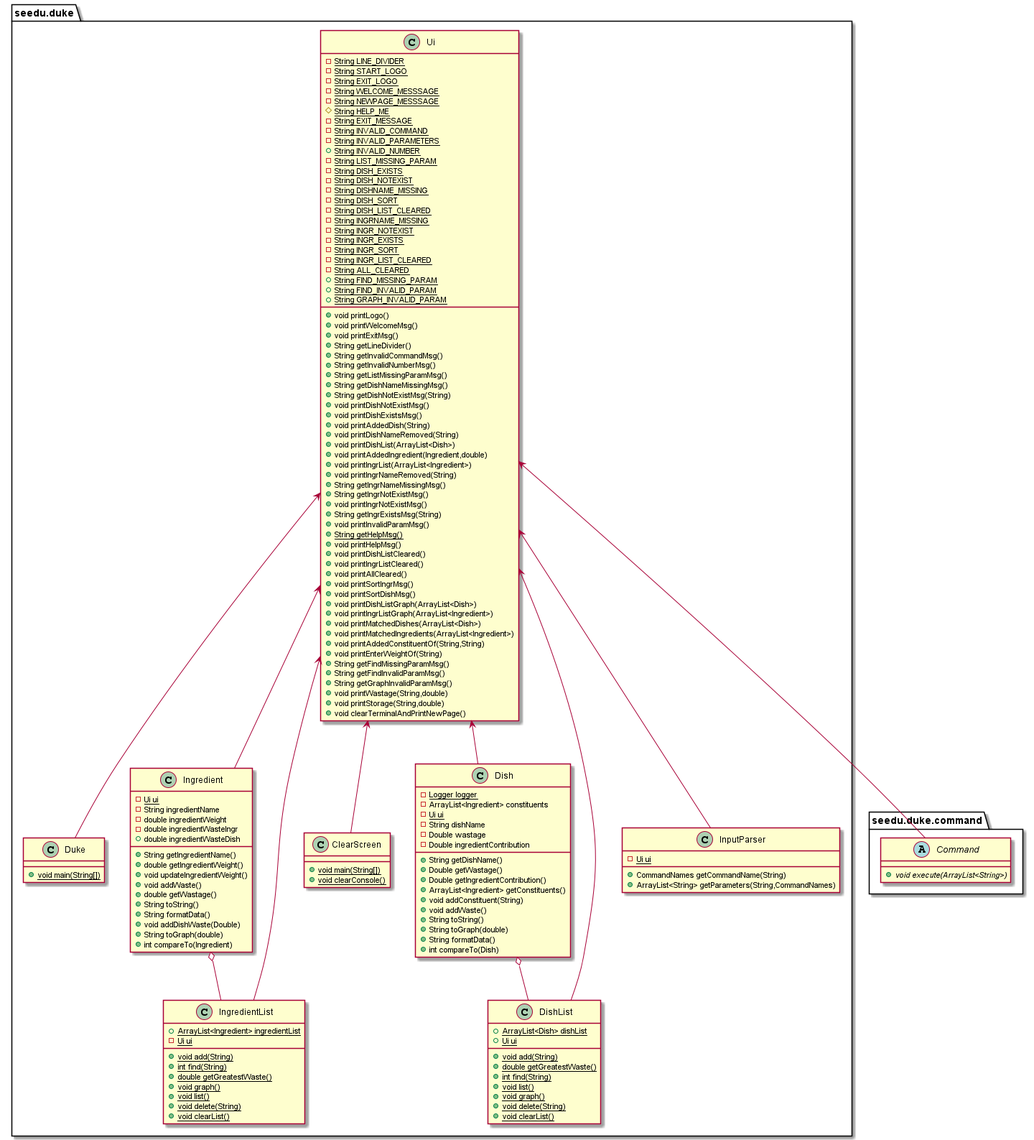
Earlier version of the PlantUML export docs/images/UiClass.png (nus-cs2113-AY2122S1/tp). Source of this version:
```plantuml
@startuml
class seedu.duke.Duke {
+ {static} void main(String[])
}
class seedu.duke.Ingredient {
- {static} Ui ui
- String ingredientName
- double ingredientWeight
- double ingredientWasteIngr
+ double ingredientWasteDish
+ String getIngredientName()
+ double getIngredientWeight()
+ void updateIngredientWeight()
+ void addWaste()
+ double getWastage()
+ String toString()
+ String formatData()
+ void addDishWaste(Double)
+ String toGraph(double)
+ int compareTo(Ingredient)
}
class seedu.duke.DishList {
+ {static} ArrayList<Dish> dishList
+ {static} Ui ui
+ {static} void add(String)
+ {static} double getGreatestWaste()
+ {static} int find(String)
+ {static} void list()
+ {static} void graph()
+ {static} void delete(String)
+ {static} void clearList()
}
class seedu.duke.ClearScreen {
+ {static} void main(String[])
+ {static} void clearConsole()
}
class seedu.duke.Ui {
- {static} String LINE_DIVIDER
- {static} String START_LOGO
- {static} String EXIT_LOGO
- {static} String WELCOME_MESSSAGE
- {static} String NEWPAGE_MESSSAGE
# {static} String HELP_ME
- {static} String EXIT_MESSAGE
- {static} String INVALID_COMMAND
- {static} String INVALID_PARAMETERS
+ {static} String INVALID_NUMBER
- {static} String LIST_MISSING_PARAM
- {static} String DISH_EXISTS
- {static} String DISH_NOTEXIST
- {static} String DISHNAME_MISSING
- {static} String DISH_SORT
- {static} String DISH_LIST_CLEARED
- {static} String INGRNAME_MISSING
- {static} String INGR_NOTEXIST
- {static} String INGR_EXISTS
- {static} String INGR_SORT
- {static} String INGR_LIST_CLEARED
- {static} String ALL_CLEARED
+ {static} String FIND_MISSING_PARAM
+ {static} String FIND_INVALID_PARAM
+ {static} String GRAPH_INVALID_PARAM
+ void printLogo()
+ void printWelcomeMsg()
+ void printExitMsg()
+ String getLineDivider()
+ String getInvalidCommandMsg()
+ String getInvalidNumberMsg()
+ String getListMissingParamMsg()
+ String getDishNameMissingMsg()
+ String getDishNotExistMsg(String)
+ void printDishNotExistMsg()
+ void printDishExistsMsg()
+ void printAddedDish(String)
+ void printDishNameRemoved(String)
+ void printDishList(ArrayList<Dish>)
+ void printAddedIngredient(Ingredient,double)
+ void printIngrList(ArrayList<Ingredient>)
+ void printIngrNameRemoved(String)
+ String getIngrNameMissingMsg()
+ String getIngrNotExistMsg()
+ void printIngrNotExistMsg()
+ String getIngrExistsMsg(String)
+ void printInvalidParamMsg()
+ {static} String getHelpMsg()
+ void printHelpMsg()
+ void printDishListCleared()
+ void printIngrListCleared()
+ void printAllCleared()
+ void printSortIngrMsg()
+ void printSortDishMsg()
+ void printDishListGraph(ArrayList<Dish>)
+ void printIngrListGraph(ArrayList<Ingredient>)
+ void printMatchedDishes(ArrayList<Dish>)
+ void printMatchedIngredients(ArrayList<Ingredient>)
+ void printAddedConstituentOf(String,String)
+ void printEnterWeightOf(String)
+ String getFindMissingParamMsg()
+ String getFindInvalidParamMsg()
+ String getGraphInvalidParamMsg()
+ void printWastage(String,double)
+ void printStorage(String,double)
+ void clearTerminalAndPrintNewPage()
}
class seedu.duke.IngredientList {
+ {static} ArrayList<Ingredient> ingredientList
- {static} Ui ui
+ {static} void add(String)
+ {static} int find(String)
+ {static} double getGreatestWaste()
+ {static} void graph()
+ {static} void list()
+ {static} void delete(String)
+ {static} void clearList()
}
class seedu.duke.Dish {
- {static} Logger logger
- ArrayList<Ingredient> constituents
- {static} Ui ui
- String dishName
- Double wastage
- Double ingredientContribution
+ String getDishName()
+ Double getWastage()
+ Double getIngredientContribution()
+ ArrayList<Ingredient> getConstituents()
+ void addConstituent(String)
+ void addWaste()
+ String toString()
+ String toGraph(double)
+ String formatData()
+ int compareTo(Dish)
}
abstract class seedu.duke.command.Command {
+ {abstract}void execute(ArrayList<String>)
}
class seedu.duke.InputParser {
- {static} Ui ui
+ CommandNames getCommandName(String)
+ ArrayList<String> getParameters(String,CommandNames)
}

seedu.duke.Ui <-- seedu.duke.Dish
seedu.duke.Dish o-- seedu.duke.DishList
seedu.duke.Ingredient o-- seedu.duke.IngredientList
seedu.duke.Ui <-- seedu.duke.Ingredient
seedu.duke.Ui <-- seedu.duke.Duke
seedu.duke.Ui <-- seedu.duke.DishList
seedu.duke.Ui <-- seedu.duke.ClearScreen
seedu.duke.Ui <-- seedu.duke.IngredientList
seedu.duke.Ui <-- seedu.duke.InputParser
seedu.duke.Ui <-- seedu.duke.command.Command
@enduml
```
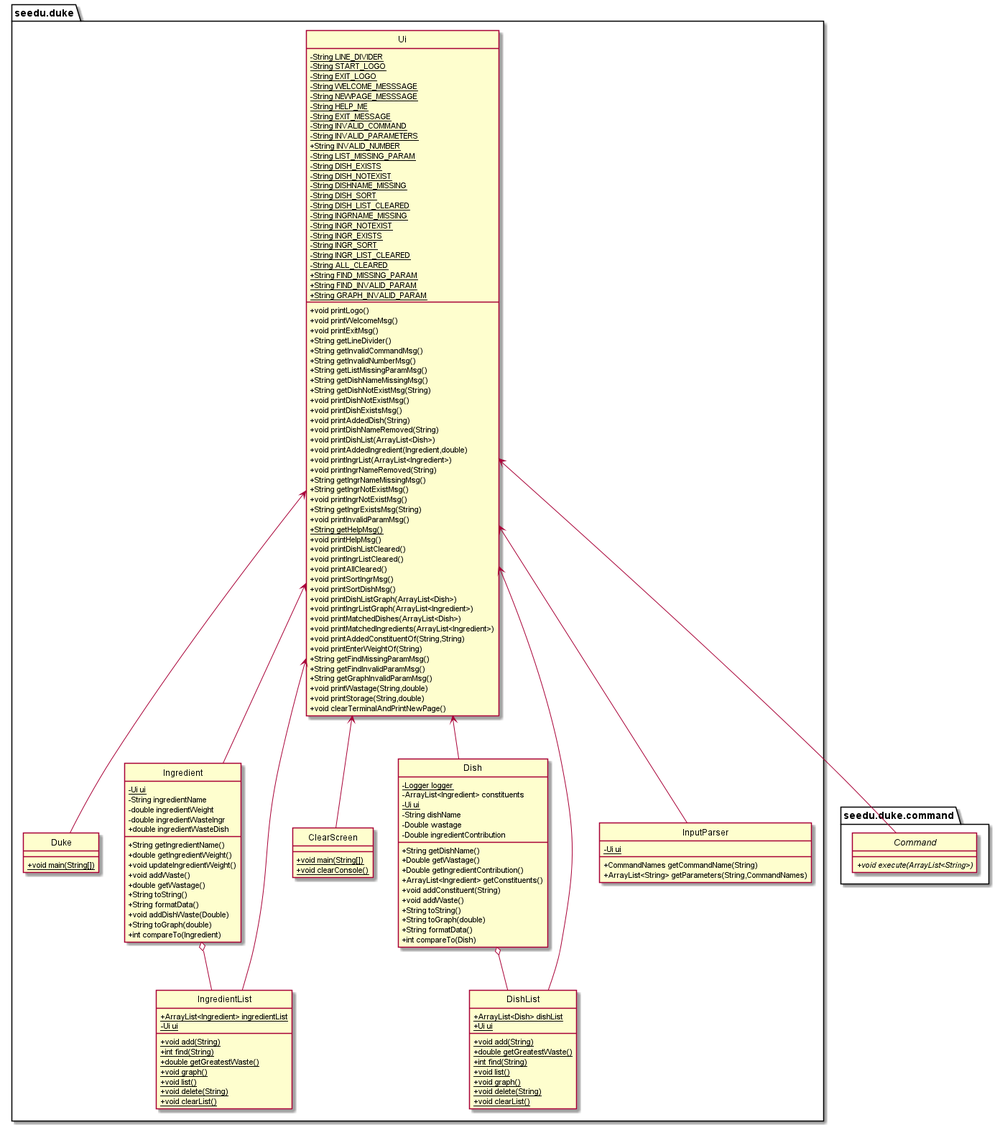
Above is the later version.

Commit message:
Modify UML class diagram to remove unwanted icons feature

Change to the diagram source:
```diff
@@ -1,4 +1,8 @@
 @startuml
+
+hide circle
+skinparam classAttributeIconSize 0
+
 class seedu.duke.Duke {
 + {static} void main(String[])
 }
@@ -40,7 +44,7 @@
 - {static} String EXIT_LOGO
 - {static} String WELCOME_MESSSAGE
 - {static} String NEWPAGE_MESSSAGE
-# {static} String HELP_ME
+- {static} String HELP_ME
 - {static} String EXIT_MESSAGE
 - {static} String INVALID_COMMAND
 - {static} String INVALID_PARAMETERS
```
